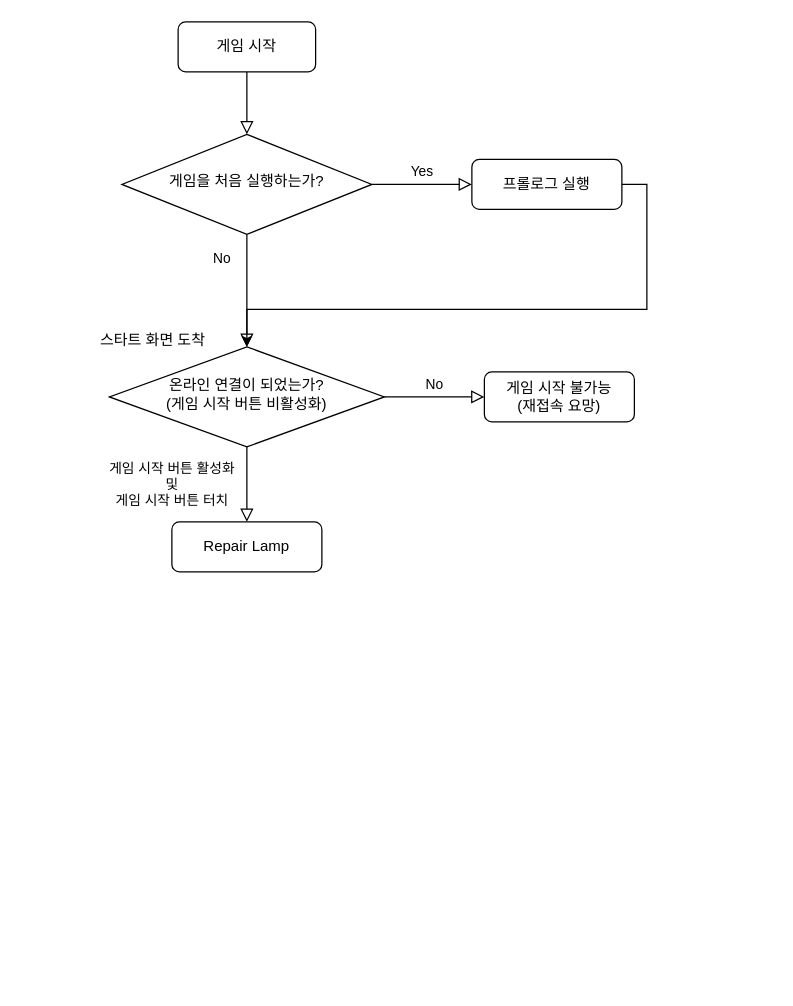
Earlier version of the draw.io diagram 제목 없는 다이어그램.drawio (nilbace/OhmokDevTestProject). Source tidied: cells renumbered, new cells numbered last; positions are measured from the earlier drawing's top-left corner, leaving out a move shared by most shapes. Both pictures are drawn from the tidied source at 125%, with x=0, y=0 at pixel (84, 21).
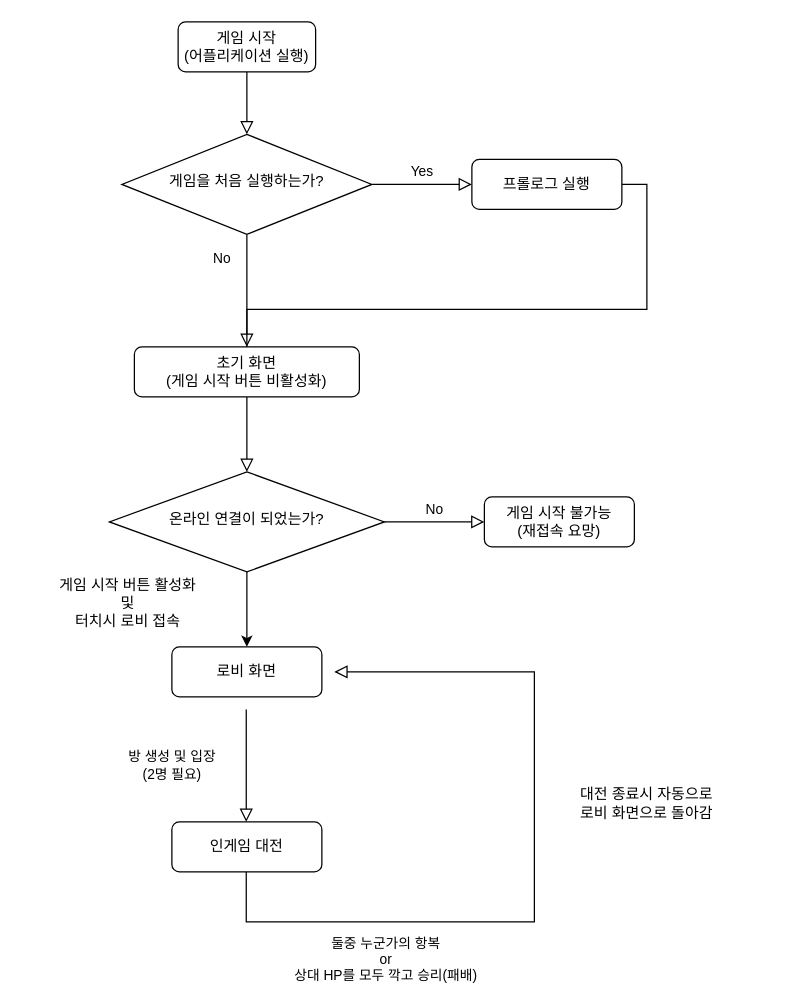
The same diagram, later.

Commit message (it also covers changes not shown here):
제목 없는 다이어그램.drawio 업데이트

Unchanged cells that the change refers to:
```xml
<mxCell id="6" value="게임을 처음 실행하는가?" style="rhombus;whiteSpace=wrap;html=1;shadow=0;fontFamily=Helvetica;fontSize=12;align=center;strokeWidth=1;spacing=6;spacingTop=-4;" parent="1" vertex="1">
  <mxGeometry x="30" y="90" width="200" height="80" as="geometry" />
</mxCell>
<mxCell id="8" value="프롤로그 실행" style="rounded=1;whiteSpace=wrap;html=1;fontSize=12;glass=0;strokeWidth=1;shadow=0;" parent="1" vertex="1">
  <mxGeometry x="310" y="110" width="120" height="40" as="geometry" />
</mxCell>
```

What changed in the source:
```diff
@@
-    <mxCell id="3" value="게임 시작" style="rounded=1;whiteSpace=wrap;html=1;fontSize=12;glass=0;strokeWidth=1;shadow=0;" parent="1" vertex="1">
+    <mxCell id="3" value="게임 시작&lt;br&gt;(어플리케이션 실행)" style="rounded=1;whiteSpace=wrap;html=1;fontSize=12;glass=0;strokeWidth=1;shadow=0;" parent="1" vertex="1">
       <mxGeometry x="75" width="110" height="40" as="geometry" />
     </mxCell>
-    <mxCell id="4" value="No" style="rounded=0;html=1;jettySize=auto;fontSize=11;endArrow=block;endFill=0;endSize=8;strokeWidth=1;shadow=0;labelBackgroundColor=none;edgeStyle=orthogonalEdgeStyle;" parent="1" edge="1" source="6" target="11">
+    <mxCell id="4" value="No" style="rounded=0;html=1;jettySize=auto;fontSize=11;endArrow=block;endFill=0;endSize=8;strokeWidth=1;shadow=0;labelBackgroundColor=none;edgeStyle=orthogonalEdgeStyle;entryX=0.5;entryY=0;entryDx=0;entryDy=0;" parent="1" edge="1" source="6" target="20">
       <mxGeometry x="-0.57" y="-20" relative="1" as="geometry" />
     </mxCell>
@@
-    <mxCell id="7" style="edgeStyle=orthogonalEdgeStyle;rounded=0;hachureGap=4;jettySize=auto;html=1;exitX=1;exitY=0.5;exitDx=0;exitDy=0;fontFamily=Architects Daughter;fontSize=16;" parent="1" edge="1" source="8" target="11">
+    <mxCell id="7" style="edgeStyle=orthogonalEdgeStyle;rounded=0;hachureGap=4;jettySize=auto;html=1;exitX=1;exitY=0.5;exitDx=0;exitDy=0;fontFamily=Architects Daughter;fontSize=16;entryX=0.5;entryY=0;entryDx=0;entryDy=0;" parent="1" edge="1" source="8" target="20">
       <mxGeometry relative="1" as="geometry">
         <Array as="points">
           <mxPoint x="450" y="130" />
           <mxPoint x="450" y="230" />
           <mxPoint x="130" y="230" />
+          <mxPoint x="130" y="280" />
         </Array>
       </mxGeometry>
     </mxCell>
@@
-    <mxCell id="9" value="게임 시작 버튼 활성화&lt;br&gt;및&lt;br&gt;게임 시작 버튼 터치" style="rounded=0;html=1;jettySize=auto;fontSize=11;endArrow=block;endFill=0;endSize=8;strokeWidth=1;shadow=0;labelBackgroundColor=none;edgeStyle=orthogonalEdgeStyle;" parent="1" edge="1" source="11" target="12">
-      <mxGeometry y="-60" relative="1" as="geometry" />
-    </mxCell>
@@
-    <mxCell id="11" value="온라인 연결이 되었는가?&lt;br&gt;(게임 시작 버튼 비활성화)" style="rhombus;whiteSpace=wrap;html=1;shadow=0;fontFamily=Helvetica;fontSize=12;align=center;strokeWidth=1;spacing=6;spacingTop=-4;" parent="1" vertex="1">
-      <mxGeometry x="20" y="260" width="220" height="80" as="geometry" />
+    <mxCell id="11" value="온라인 연결이 되었는가?" style="rhombus;whiteSpace=wrap;html=1;shadow=0;fontFamily=Helvetica;fontSize=12;align=center;strokeWidth=1;spacing=6;spacingTop=-4;" parent="1" vertex="1">
+      <mxGeometry x="20" y="360" width="220" height="80" as="geometry" />
     </mxCell>
-    <mxCell id="12" value="Repair Lamp" style="rounded=1;whiteSpace=wrap;html=1;fontSize=12;glass=0;strokeWidth=1;shadow=0;" parent="1" vertex="1">
-      <mxGeometry x="70" y="400" width="120" height="40" as="geometry" />
+    <mxCell id="12" value="로비 화면" style="rounded=1;whiteSpace=wrap;html=1;fontSize=12;glass=0;strokeWidth=1;shadow=0;" parent="1" vertex="1">
+      <mxGeometry x="70" y="500" width="120" height="40" as="geometry" />
     </mxCell>
     <mxCell id="13" value="게임 시작 불가능&lt;br&gt;(재접속 요망)" style="rounded=1;whiteSpace=wrap;html=1;fontSize=12;glass=0;strokeWidth=1;shadow=0;" parent="1" vertex="1">
-      <mxGeometry x="320" y="280" width="120" height="40" as="geometry" />
+      <mxGeometry x="320" y="380" width="120" height="40" as="geometry" />
     </mxCell>
-    <mxCell id="14" value="스타트 화면 도착" style="text;html=1;strokeColor=none;fillColor=none;align=center;verticalAlign=middle;whiteSpace=wrap;rounded=0;" parent="1" vertex="1">
-      <mxGeometry y="240" width="110" height="30" as="geometry" />
-    </mxCell>
+    <mxCell id="15" value="방 생성 및 입장&lt;br&gt;(2명 필요)" style="rounded=0;html=1;jettySize=auto;orthogonalLoop=1;fontSize=11;endArrow=block;endFill=0;endSize=8;strokeWidth=1;shadow=0;labelBackgroundColor=none;edgeStyle=orthogonalEdgeStyle;" parent="1" edge="1">
+      <mxGeometry y="-60" relative="1" as="geometry">
+        <mxPoint x="129.5" y="550" as="sourcePoint" />
+        <mxPoint x="129.5" y="640" as="targetPoint" />
+      </mxGeometry>
+    </mxCell>
+    <mxCell id="16" value="인게임 대전" style="rounded=1;whiteSpace=wrap;html=1;fontSize=12;glass=0;strokeWidth=1;shadow=0;" parent="1" vertex="1">
+      <mxGeometry x="70" y="640" width="120" height="40" as="geometry" />
+    </mxCell>
+    <mxCell id="17" value="둘중 누군가의 항복&lt;br&gt;or&lt;br&gt;상대 HP를 모두 깍고 승리(패배)" style="rounded=0;html=1;jettySize=auto;orthogonalLoop=1;fontSize=11;endArrow=block;endFill=0;endSize=8;strokeWidth=1;shadow=0;labelBackgroundColor=none;edgeStyle=orthogonalEdgeStyle;" parent="1" edge="1">
+      <mxGeometry x="-0.52" y="-30" relative="1" as="geometry">
+        <mxPoint x="129.5" y="680" as="sourcePoint" />
+        <mxPoint x="200" y="520" as="targetPoint" />
+        <Array as="points">
+          <mxPoint x="130" y="720" />
+          <mxPoint x="360" y="720" />
+          <mxPoint x="360" y="520" />
+        </Array>
+      </mxGeometry>
+    </mxCell>
+    <mxCell id="18" value="대전 종료시 자동으로 &lt;br&gt;로비 화면으로 돌아감" style="text;html=1;strokeColor=none;fillColor=none;align=center;verticalAlign=middle;whiteSpace=wrap;rounded=0;" parent="1" vertex="1">
+      <mxGeometry x="350" y="570" width="200" height="110" as="geometry" />
+    </mxCell>
+    <mxCell id="19" style="rounded=0;html=1;jettySize=auto;fontSize=11;endArrow=block;endFill=0;endSize=8;strokeWidth=1;shadow=0;labelBackgroundColor=none;edgeStyle=orthogonalEdgeStyle;exitX=0.5;exitY=1;exitDx=0;exitDy=0;" parent="1" edge="1" source="20">
+      <mxGeometry y="-60" relative="1" as="geometry">
+        <mxPoint x="130" y="360" as="targetPoint" />
+      </mxGeometry>
+    </mxCell>
+    <mxCell id="20" value="초기 화면&lt;br&gt;(게임 시작 버튼 비활성화)" style="rounded=1;whiteSpace=wrap;html=1;fontSize=12;glass=0;strokeWidth=1;shadow=0;" parent="1" vertex="1">
+      <mxGeometry x="40" y="260" width="180" height="40" as="geometry" />
+    </mxCell>
+    <mxCell id="9" style="endArrow=classic;html=1;rounded=0;exitX=0.5;exitY=1;exitDx=0;exitDy=0;entryX=0.5;entryY=0;entryDx=0;entryDy=0;" parent="1" edge="1" source="11" target="12">
+      <mxGeometry relative="1" as="geometry" />
+    </mxCell>
+    <mxCell id="21" value="게임 시작 버튼 활성화&lt;br&gt;및 &lt;br&gt;터치시 로비 접속" style="text;html=1;strokeColor=none;fillColor=none;align=center;verticalAlign=middle;whiteSpace=wrap;rounded=0;" parent="1" vertex="1">
+      <mxGeometry x="-50" y="450" width="170" height="30" as="geometry" />
+    </mxCell>
```
